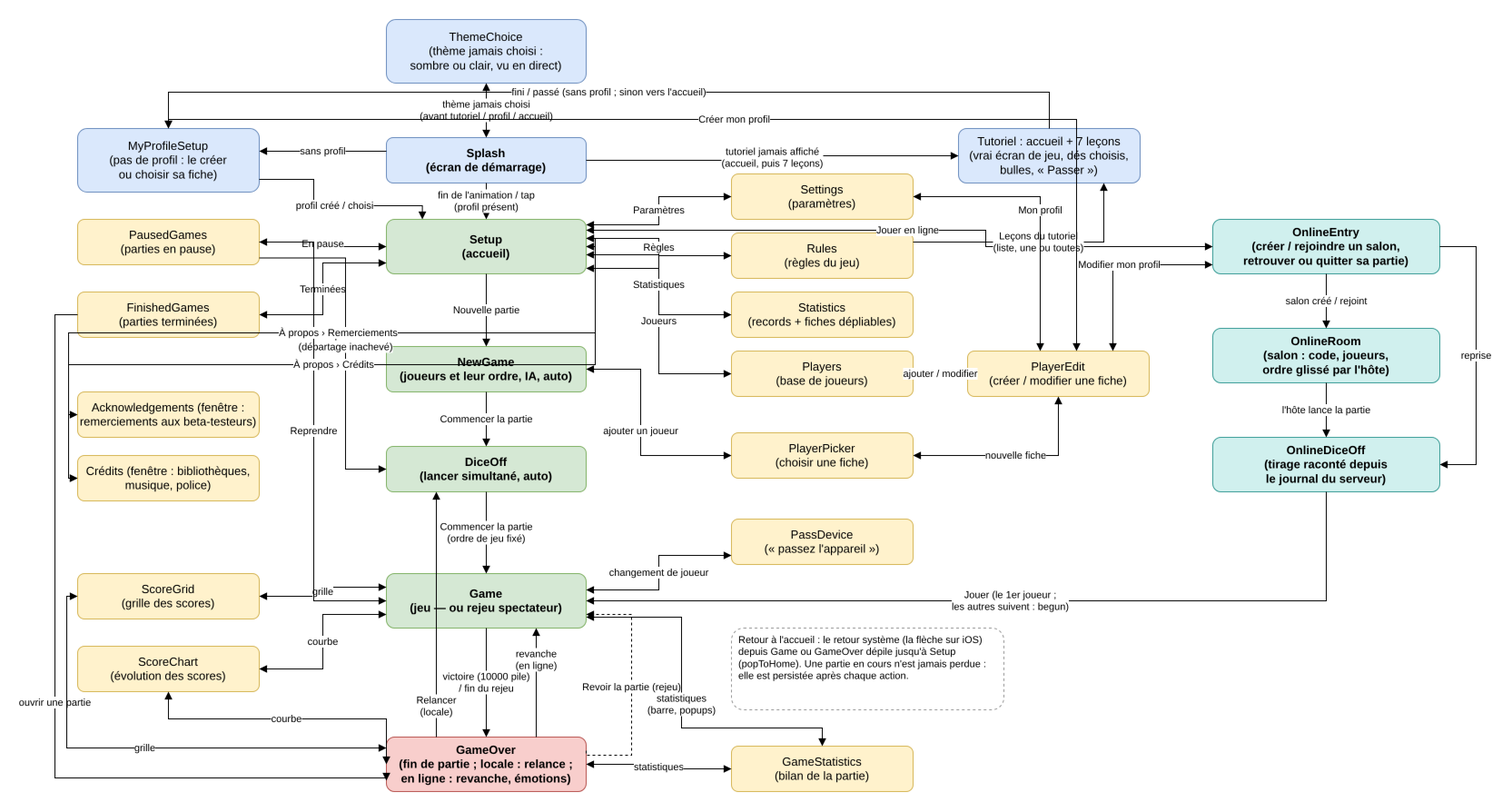
Above: docs/screen-flow.png in microscotch/tenk (draw.io), before the change. Source tidied: cells renumbered, new cells last; positions are measured from the earlier drawing's top-left corner, leaving out a move shared by most shapes.
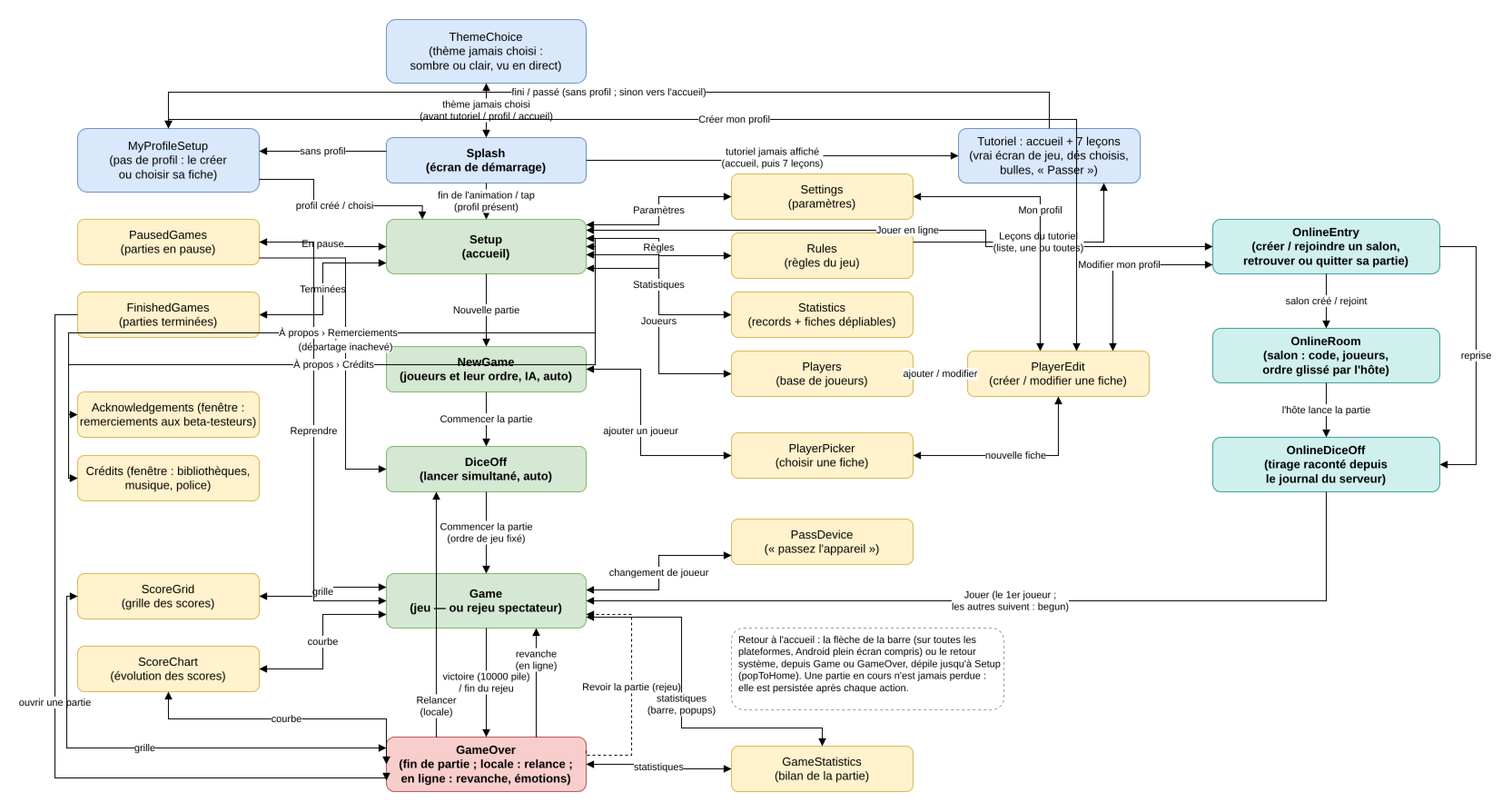
After the commit.

Change to the diagram source:
```diff
@@ -56,7 +56,7 @@
     <mxCell id="19" value="GameStatistics&#10;(bilan de la partie)" style="rounded=1;whiteSpace=wrap;html=1;fillColor=#fff2cc;strokeColor=#d6b656;fontSize=13;" parent="1" vertex="1">
       <mxGeometry x="745" y="800" width="200" height="50" as="geometry" />
     </mxCell>
-    <mxCell id="20" value="Retour à l'accueil : le retour système (la flèche sur iOS) depuis Game ou GameOver dépile jusqu'à Setup (popToHome). Une partie en cours n'est jamais perdue : elle est persistée après chaque action." style="rounded=1;whiteSpace=wrap;html=1;fillColor=#ffffff;strokeColor=#999999;fontSize=11;align=left;verticalAlign=top;dashed=1;spacingLeft=6;" parent="1" vertex="1">
+    <mxCell id="20" value="Retour à l'accueil : la flèche de la barre (sur toutes les plateformes, Android plein écran compris) ou le retour système, depuis Game ou GameOver, dépile jusqu'à Setup (popToHome). Une partie en cours n'est jamais perdue : elle est persistée après chaque action." style="rounded=1;whiteSpace=wrap;html=1;fillColor=#ffffff;strokeColor=#999999;fontSize=11;align=left;verticalAlign=top;dashed=1;spacingLeft=6;" parent="1" vertex="1">
       <mxGeometry x="745" y="670" width="300" height="90" as="geometry" />
     </mxCell>
     <mxCell id="21" value="fin de l'animation / tap&#10;(profil présent)" style="edgeStyle=orthogonalEdgeStyle;rounded=0;html=1;fontSize=11;endArrow=block;endFill=1;" parent="1" edge="1" source="2" target="3">
```
